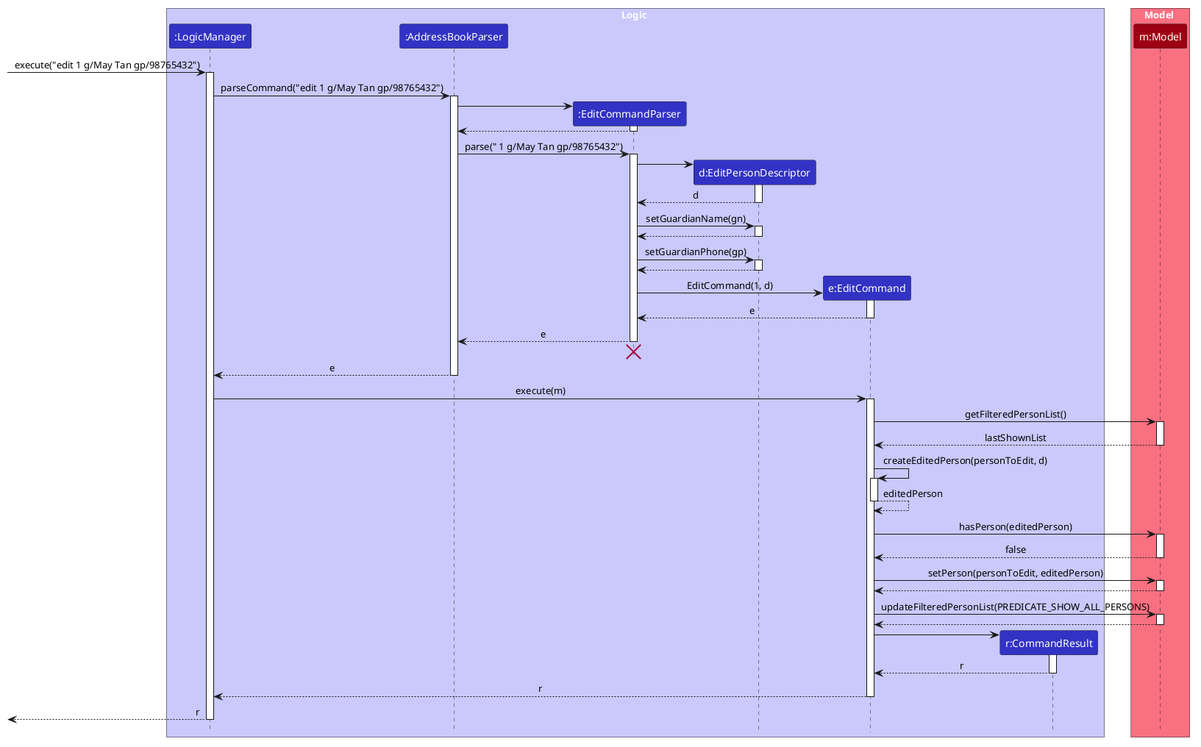
Above: docs/images/GuardianEditSequenceDiagram.png in AY2627S1-CS2103T-F09-2a/tp (PlantUML), before the change.
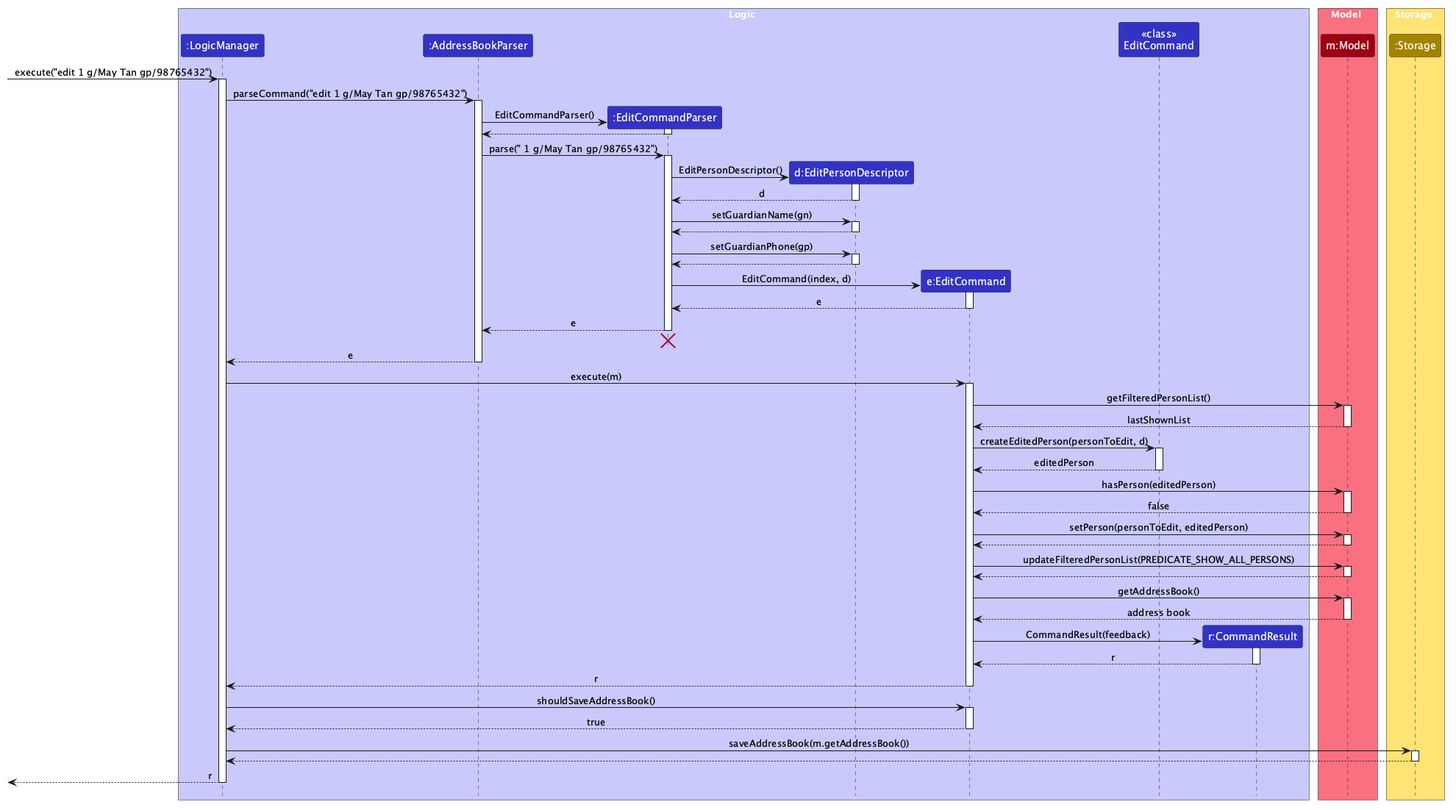
Above is the later version.

The edit, as a diff of the source:
```diff
@@ -8,11 +8,16 @@
 participant ":EditCommandParser" as EditCommandParser LOGIC_COLOR
 participant "d:EditPersonDescriptor" as EditPersonDescriptor LOGIC_COLOR
 participant "e:EditCommand" as EditCommand LOGIC_COLOR
+participant "<<class>>\nEditCommand" as EditClass LOGIC_COLOR
 participant "r:CommandResult" as CommandResult LOGIC_COLOR
 end box
 
 box Model MODEL_COLOR_T1
 participant "m:Model" as Model MODEL_COLOR
+end box
+
+box Storage STORAGE_COLOR_T1
+participant ":Storage" as Storage STORAGE_COLOR
 end box
 
 [-> LogicManager : execute("edit 1 g/May Tan gp/98765432")
@@ -22,7 +27,7 @@
 activate AddressBookParser
 
 create EditCommandParser
-AddressBookParser -> EditCommandParser
+AddressBookParser -> EditCommandParser : EditCommandParser()
 activate EditCommandParser
 
 EditCommandParser --> AddressBookParser
@@ -32,7 +37,7 @@
 activate EditCommandParser
 
 create EditPersonDescriptor
-EditCommandParser -> EditPersonDescriptor
+EditCommandParser -> EditPersonDescriptor : EditPersonDescriptor()
 activate EditPersonDescriptor
 
 EditPersonDescriptor --> EditCommandParser : d
@@ -49,7 +54,7 @@
 deactivate EditPersonDescriptor
 
 create EditCommand
-EditCommandParser -> EditCommand : EditCommand(1, d)
+EditCommandParser -> EditCommand : EditCommand(index, d)
 activate EditCommand
 
 EditCommand --> EditCommandParser : e
@@ -72,11 +77,11 @@
 Model --> EditCommand : lastShownList
 deactivate Model
 
-EditCommand -> EditCommand : createEditedPerson(personToEdit, d)
-activate EditCommand
+EditCommand -> EditClass : createEditedPerson(personToEdit, d)
+activate EditClass
 
-EditCommand --> EditCommand : editedPerson
-deactivate EditCommand
+EditClass --> EditCommand : editedPerson
+deactivate EditClass
 
 EditCommand -> Model : hasPerson(editedPerson)
 activate Model
@@ -96,8 +101,14 @@
 Model --> EditCommand
 deactivate Model
 
+EditCommand -> Model : getAddressBook()
+activate Model
+
+Model --> EditCommand : address book
+deactivate Model
+
 create CommandResult
-EditCommand -> CommandResult
+EditCommand -> CommandResult : CommandResult(feedback)
 activate CommandResult
 
 CommandResult --> EditCommand : r
@@ -106,6 +117,18 @@
 EditCommand --> LogicManager : r
 deactivate EditCommand
 
+LogicManager -> EditCommand : shouldSaveAddressBook()
+activate EditCommand
+
+EditCommand --> LogicManager : true
+deactivate EditCommand
+
+LogicManager -> Storage : saveAddressBook(m.getAddressBook())
+activate Storage
+
+Storage --> LogicManager
+deactivate Storage
+
 [<-- LogicManager : r
 deactivate LogicManager
 @enduml
```
